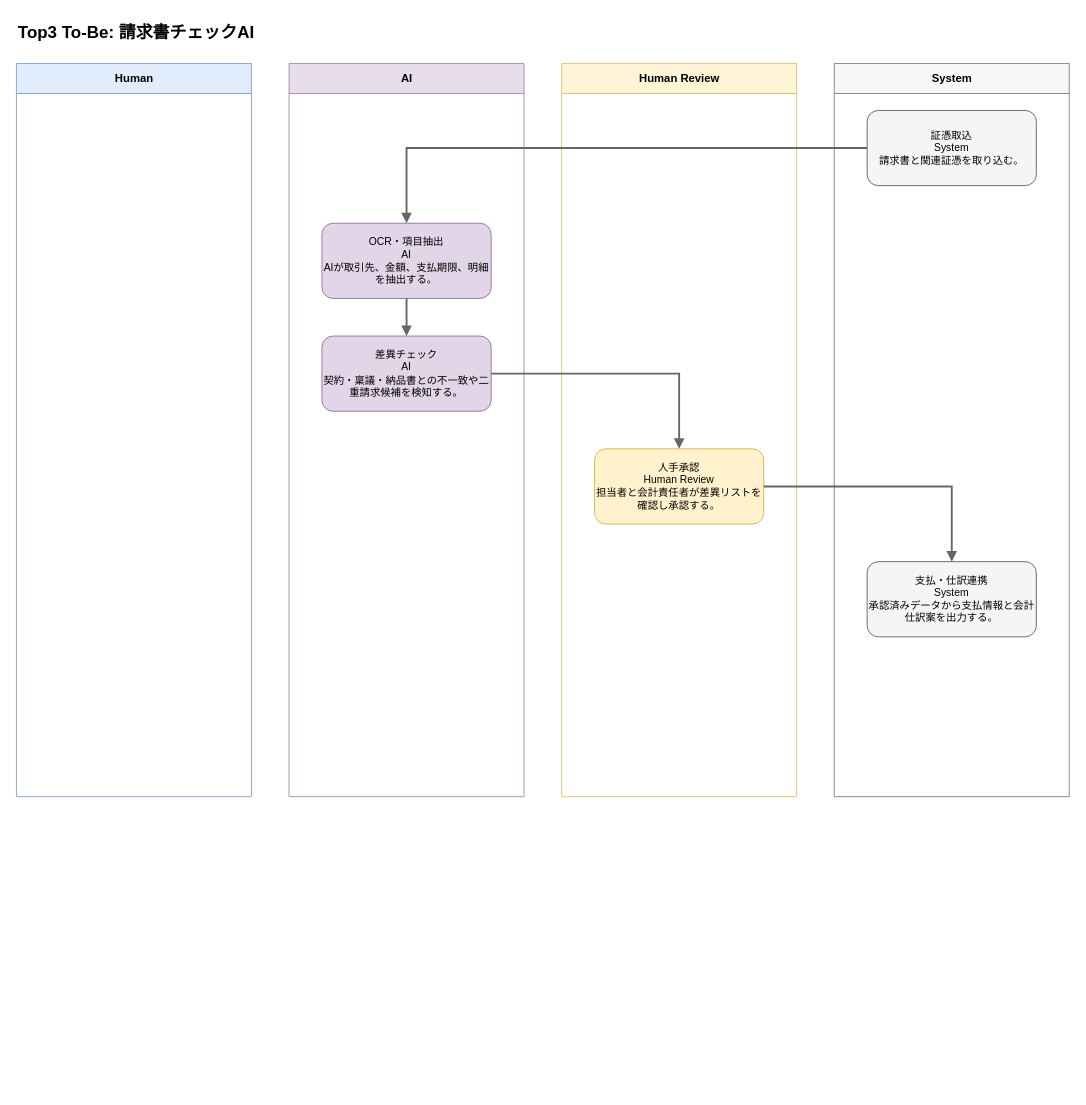
Toshiki811/ai-business-analysis-heatmap keeps this draw.io diagram as output/flows/top3_to_be.drawio. Above is the earlier version. Source tidied: cells renumbered, new cells numbered last; positions are measured from the earlier drawing's top-left corner, leaving out a move shared by most shapes. Both pictures are drawn from the tidied source at 94%, with x=0, y=0 at pixel (16, 16).
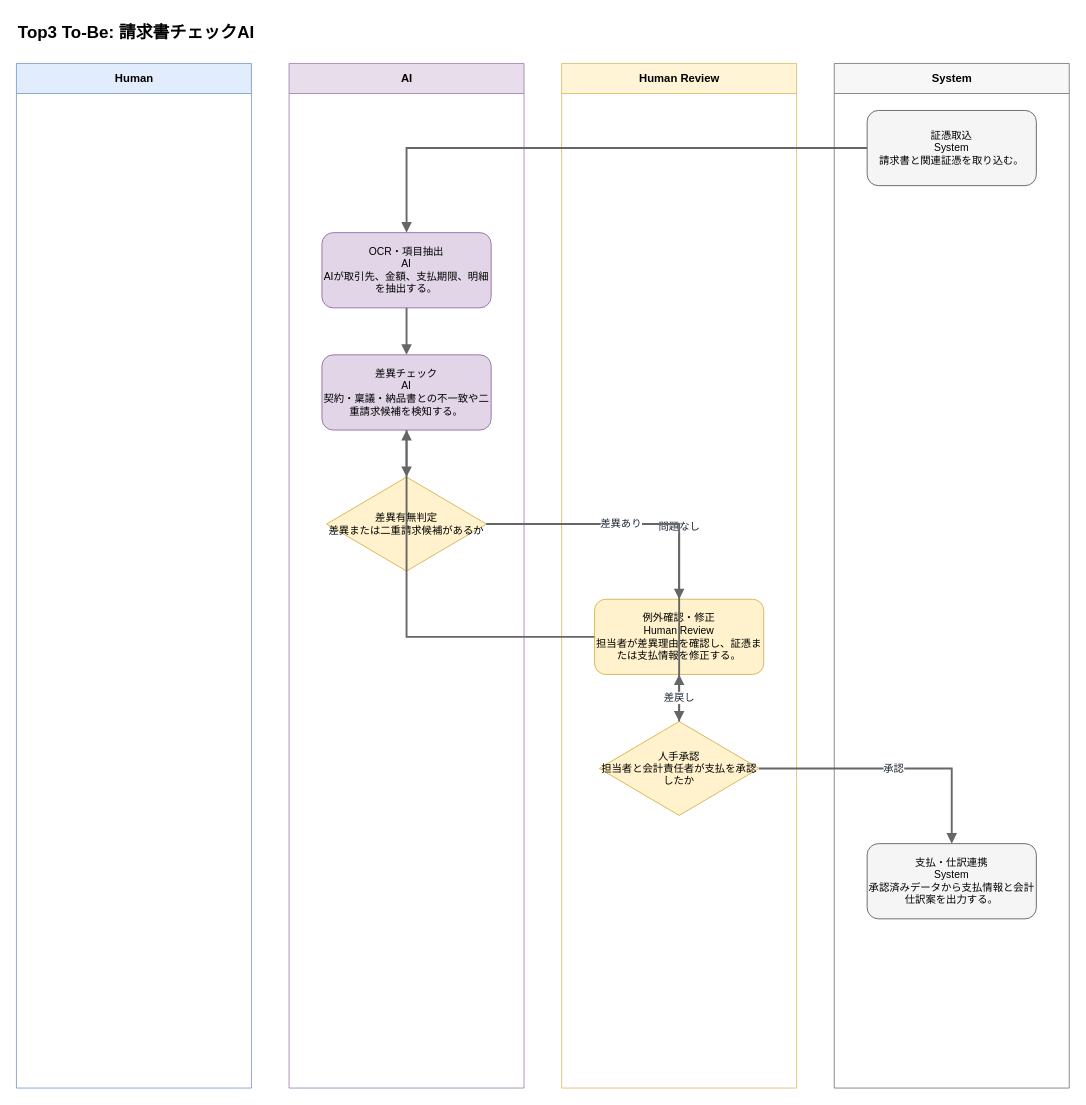
The same diagram, later.

What changed in the source:
```diff
@@
     <mxCell id="3" value="Human" style="swimlane;horizontal=1;startSize=32;html=1;fillColor=#dae8fc;strokeColor=#6c8ebf;fontSize=12;fontStyle=1;opacity=80;" parent="1" vertex="1">
-      <mxGeometry y="50" width="250" height="780" as="geometry" />
+      <mxGeometry y="50" width="250" height="1090" as="geometry" />
     </mxCell>
     <mxCell id="4" value="AI" style="swimlane;horizontal=1;startSize=32;html=1;fillColor=#e1d5e7;strokeColor=#9673a6;fontSize=12;fontStyle=1;opacity=80;" parent="1" vertex="1">
-      <mxGeometry x="290" y="50" width="250" height="780" as="geometry" />
+      <mxGeometry x="290" y="50" width="250" height="1090" as="geometry" />
     </mxCell>
     <mxCell id="5" value="Human Review" style="swimlane;horizontal=1;startSize=32;html=1;fillColor=#fff2cc;strokeColor=#d6b656;fontSize=12;fontStyle=1;opacity=80;" parent="1" vertex="1">
-      <mxGeometry x="580" y="50" width="250" height="780" as="geometry" />
+      <mxGeometry x="580" y="50" width="250" height="1090" as="geometry" />
     </mxCell>
     <mxCell id="6" value="System" style="swimlane;horizontal=1;startSize=32;html=1;fillColor=#f5f5f5;strokeColor=#666666;fontSize=12;fontStyle=1;opacity=80;" parent="1" vertex="1">
-      <mxGeometry x="870" y="50" width="250" height="780" as="geometry" />
+      <mxGeometry x="870" y="50" width="250" height="1090" as="geometry" />
     </mxCell>
-    <mxCell id="7" value="証憑取込&#10;System&#10;請求書と関連証憑を取り込む。" style="rounded=1;whiteSpace=wrap;html=1;fillColor=#f5f5f5;strokeColor=#666666;fontSize=11;fontColor=#000000;" parent="1" vertex="1">
+    <mxCell id="7" value="証憑取込&#10;System&#10;請求書と関連証憑を取り込む。" style="rounded=1;whiteSpace=wrap;html=1;fillColor=#f5f5f5;strokeColor=#666666;strokeWidth=1;fontSize=11;fontColor=#000000;" parent="1" vertex="1">
       <mxGeometry x="905" y="100" width="180" height="80" as="geometry" />
     </mxCell>
-    <mxCell id="8" value="OCR・項目抽出&#10;AI&#10;AIが取引先、金額、支払期限、明細を抽出する。" style="rounded=1;whiteSpace=wrap;html=1;fillColor=#e1d5e7;strokeColor=#9673a6;fontSize=11;fontColor=#000000;" parent="1" vertex="1">
-      <mxGeometry x="325" y="220" width="180" height="80" as="geometry" />
+    <mxCell id="8" value="OCR・項目抽出&#10;AI&#10;AIが取引先、金額、支払期限、明細を抽出する。" style="rounded=1;whiteSpace=wrap;html=1;fillColor=#e1d5e7;strokeColor=#9673a6;strokeWidth=1;fontSize=11;fontColor=#000000;" parent="1" vertex="1">
+      <mxGeometry x="325" y="230" width="180" height="80" as="geometry" />
     </mxCell>
+    <mxCell id="10" value="差異チェック&#10;AI&#10;契約・稟議・納品書との不一致や二重請求候補を検知する。" style="rounded=1;whiteSpace=wrap;html=1;fillColor=#e1d5e7;strokeColor=#9673a6;strokeWidth=1;fontSize=11;fontColor=#000000;" parent="1" vertex="1">
+      <mxGeometry x="325" y="360" width="180" height="80" as="geometry" />
+    </mxCell>
+    <mxCell id="16" value="差異有無判定&#10;差異または二重請求候補があるか" style="rhombus;whiteSpace=wrap;html=1;fillColor=#fff2cc;strokeColor=#d6b656;strokeWidth=1;fontSize=11;fontColor=#000000;" parent="1" vertex="1">
+      <mxGeometry x="330" y="490" width="170" height="100" as="geometry" />
+    </mxCell>
+    <mxCell id="17" value="例外確認・修正&#10;Human Review&#10;担当者が差異理由を確認し、証憑または支払情報を修正する。" style="rounded=1;whiteSpace=wrap;html=1;fillColor=#fff2cc;strokeColor=#d6b656;strokeWidth=1;fontSize=11;fontColor=#000000;" parent="1" vertex="1">
+      <mxGeometry x="615" y="620" width="180" height="80" as="geometry" />
+    </mxCell>
+    <mxCell id="18" value="人手承認&#10;担当者と会計責任者が支払を承認したか" style="rhombus;whiteSpace=wrap;html=1;fillColor=#fff2cc;strokeColor=#d6b656;strokeWidth=1;fontSize=11;fontColor=#000000;" parent="1" vertex="1">
+      <mxGeometry x="620" y="750" width="170" height="100" as="geometry" />
+    </mxCell>
+    <mxCell id="14" value="支払・仕訳連携&#10;System&#10;承認済みデータから支払情報と会計仕訳案を出力する。" style="rounded=1;whiteSpace=wrap;html=1;fillColor=#f5f5f5;strokeColor=#666666;strokeWidth=1;fontSize=11;fontColor=#000000;" parent="1" vertex="1">
+      <mxGeometry x="905" y="880" width="180" height="80" as="geometry" />
+    </mxCell>
-    <mxCell id="9" style="edgeStyle=orthogonalEdgeStyle;rounded=0;html=1;strokeColor=#666666;strokeWidth=2;endArrow=block;endFill=1;" parent="1" edge="1" source="7" target="8">
+    <mxCell id="9" style="edgeStyle=orthogonalEdgeStyle;rounded=0;html=1;strokeColor=#666666;strokeWidth=2;endArrow=block;endFill=1;fontSize=11;fontColor=#1f2937;" parent="1" edge="1" source="7" target="8">
       <mxGeometry relative="1" as="geometry" />
     </mxCell>
-    <mxCell id="10" value="差異チェック&#10;AI&#10;契約・稟議・納品書との不一致や二重請求候補を検知する。" style="rounded=1;whiteSpace=wrap;html=1;fillColor=#e1d5e7;strokeColor=#9673a6;fontSize=11;fontColor=#000000;" parent="1" vertex="1">
-      <mxGeometry x="325" y="340" width="180" height="80" as="geometry" />
-    </mxCell>
-    <mxCell id="11" style="edgeStyle=orthogonalEdgeStyle;rounded=0;html=1;strokeColor=#666666;strokeWidth=2;endArrow=block;endFill=1;" parent="1" edge="1" source="8" target="10">
+    <mxCell id="11" style="edgeStyle=orthogonalEdgeStyle;rounded=0;html=1;strokeColor=#666666;strokeWidth=2;endArrow=block;endFill=1;fontSize=11;fontColor=#1f2937;" parent="1" edge="1" source="8" target="10">
       <mxGeometry relative="1" as="geometry" />
     </mxCell>
-    <mxCell id="12" value="人手承認&#10;Human Review&#10;担当者と会計責任者が差異リストを確認し承認する。" style="rounded=1;whiteSpace=wrap;html=1;fillColor=#fff2cc;strokeColor=#d6b656;fontSize=11;fontColor=#000000;" parent="1" vertex="1">
-      <mxGeometry x="615" y="460" width="180" height="80" as="geometry" />
-    </mxCell>
-    <mxCell id="13" style="edgeStyle=orthogonalEdgeStyle;rounded=0;html=1;strokeColor=#666666;strokeWidth=2;endArrow=block;endFill=1;" parent="1" edge="1" source="10" target="12">
-      <mxGeometry relative="1" as="geometry" />
-    </mxCell>
-    <mxCell id="14" value="支払・仕訳連携&#10;System&#10;承認済みデータから支払情報と会計仕訳案を出力する。" style="rounded=1;whiteSpace=wrap;html=1;fillColor=#f5f5f5;strokeColor=#666666;fontSize=11;fontColor=#000000;" parent="1" vertex="1">
-      <mxGeometry x="905" y="580" width="180" height="80" as="geometry" />
-    </mxCell>
-    <mxCell id="15" style="edgeStyle=orthogonalEdgeStyle;rounded=0;html=1;strokeColor=#666666;strokeWidth=2;endArrow=block;endFill=1;" parent="1" edge="1" source="12" target="14">
-      <mxGeometry relative="1" as="geometry" />
-    </mxCell>
+    <mxCell id="19" style="edgeStyle=orthogonalEdgeStyle;rounded=0;html=1;strokeColor=#666666;strokeWidth=2;endArrow=block;endFill=1;fontSize=11;fontColor=#1f2937;" parent="1" edge="1" source="10" target="16">
+      <mxGeometry relative="1" as="geometry" />
+    </mxCell>
+    <mxCell id="20" value="問題なし" style="edgeStyle=orthogonalEdgeStyle;rounded=0;html=1;strokeColor=#666666;strokeWidth=2;endArrow=block;endFill=1;fontSize=11;fontColor=#1f2937;" parent="1" edge="1" source="16" target="18">
+      <mxGeometry relative="1" as="geometry" />
+    </mxCell>
+    <mxCell id="21" value="差異あり" style="edgeStyle=orthogonalEdgeStyle;rounded=0;html=1;strokeColor=#666666;strokeWidth=2;endArrow=block;endFill=1;fontSize=11;fontColor=#1f2937;" parent="1" edge="1" source="16" target="17">
+      <mxGeometry relative="1" as="geometry" />
+    </mxCell>
+    <mxCell id="22" style="edgeStyle=orthogonalEdgeStyle;rounded=0;html=1;strokeColor=#666666;strokeWidth=2;endArrow=block;endFill=1;fontSize=11;fontColor=#1f2937;" parent="1" edge="1" source="17" target="10">
+      <mxGeometry relative="1" as="geometry" />
+    </mxCell>
+    <mxCell id="23" value="承認" style="edgeStyle=orthogonalEdgeStyle;rounded=0;html=1;strokeColor=#666666;strokeWidth=2;endArrow=block;endFill=1;fontSize=11;fontColor=#1f2937;" parent="1" edge="1" source="18" target="14">
+      <mxGeometry relative="1" as="geometry" />
+    </mxCell>
+    <mxCell id="24" value="差戻し" style="edgeStyle=orthogonalEdgeStyle;rounded=0;html=1;strokeColor=#666666;strokeWidth=2;endArrow=block;endFill=1;fontSize=11;fontColor=#1f2937;" parent="1" edge="1" source="18" target="17">
+      <mxGeometry relative="1" as="geometry" />
+    </mxCell>
```
